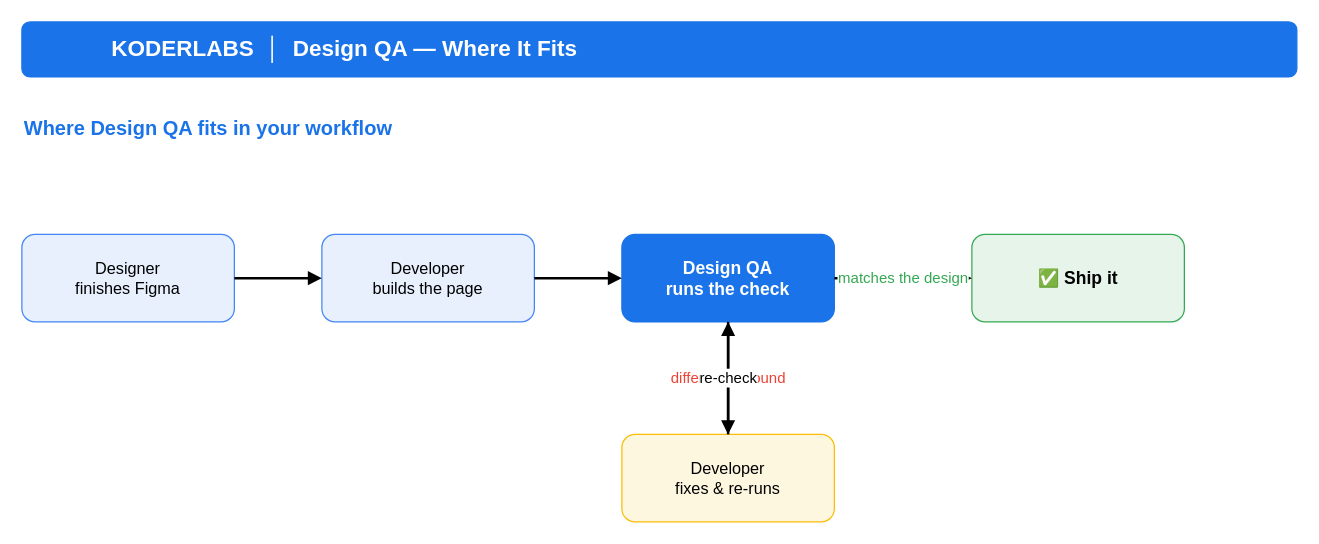
Earlier version of the draw.io diagram page "4 · Where It Fits" (4 of 4) of design-qa-flow.drawio (Mohi3380/figma-design-qa). Source tidied: cells renumbered, new cells numbered last; positions are measured from the earlier drawing's top-left corner, leaving out a move shared by most shapes. Both pictures are drawn from the tidied source at 125%, with x=0, y=0 at pixel (21, 21). Pictures stored in the file or linked from it are replaced by grey dashed boxes.
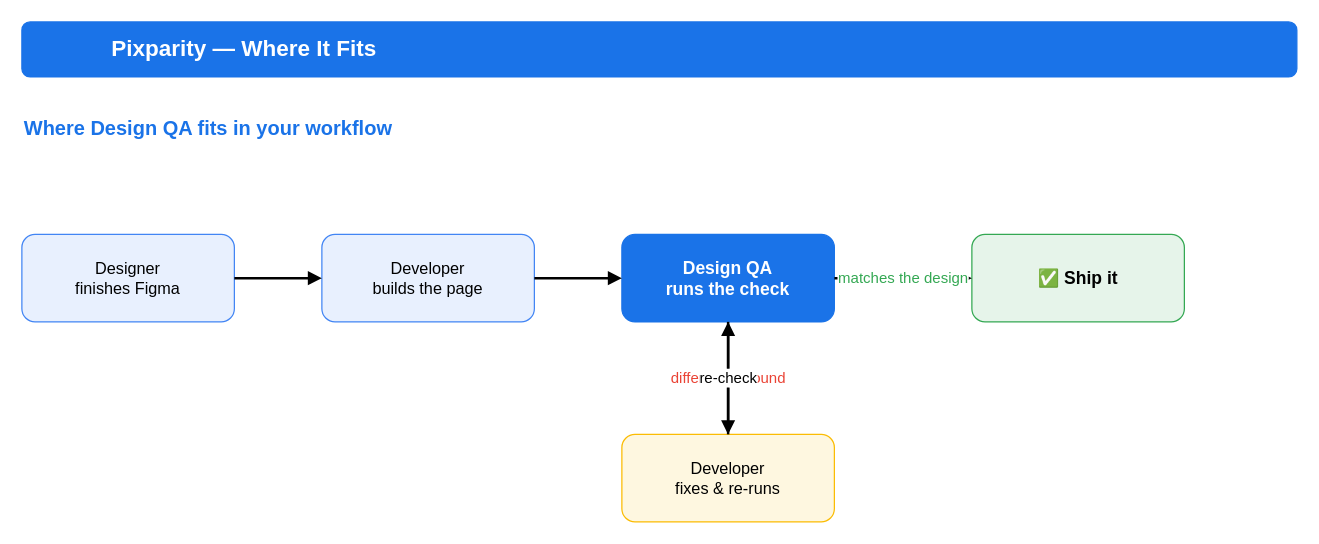
After the change.

The edit, as a diff of the source:
```diff
@@
 <mxGraphModel>
   <root>
     <mxCell id="0" />
     <mxCell id="1" parent="0" />
     <mxCell id="2" style="fillColor=#E6E6E6;strokeColor=#999999;dashed=1;" parent="1" vertex="1">
       <mxGeometry x="12" y="3" width="34" height="38" as="geometry" />
     </mxCell>
-    <mxCell id="3" value="KODERLABS  │  Design QA — Where It Fits" style="rounded=1;whiteSpace=wrap;html=1;fillColor=#1a73e8;strokeColor=#1a73e8;fontColor=#ffffff;fontSize=18;fontStyle=1;align=left;spacingLeft=70;" parent="1" vertex="1">
+    <mxCell id="3" value="Pixparity — Where It Fits" style="rounded=1;whiteSpace=wrap;html=1;fillColor=#1a73e8;strokeColor=#1a73e8;fontColor=#ffffff;fontSize=18;fontStyle=1;align=left;spacingLeft=70;" parent="1" vertex="1">
       <mxGeometry width="1020" height="44" as="geometry" />
     </mxCell>
     <mxCell id="4" value="Where Design QA fits in your workflow" style="text;html=1;align=left;verticalAlign=middle;fontSize=16;fontStyle=1;fontColor=#1a73e8;" parent="1" vertex="1">
       <mxGeometry y="70" width="700" height="30" as="geometry" />
     </mxCell>
     <mxCell id="5" value="Designer&#10;finishes Figma" style="rounded=1;whiteSpace=wrap;html=1;fillColor=#E8F0FE;strokeColor=#4285F4;fontSize=13;" parent="1" vertex="1">
       <mxGeometry y="170" width="170" height="70" as="geometry" />
     </mxCell>
     <mxCell id="6" value="Developer&#10;builds the page" style="rounded=1;whiteSpace=wrap;html=1;fillColor=#E8F0FE;strokeColor=#4285F4;fontSize=13;" parent="1" vertex="1">
       <mxGeometry x="240" y="170" width="170" height="70" as="geometry" />
     </mxCell>
     <mxCell id="7" value="Design QA&#10;runs the check" style="rounded=1;whiteSpace=wrap;html=1;fillColor=#1a73e8;strokeColor=#1a73e8;fontColor=#ffffff;fontSize=14;fontStyle=1;" parent="1" vertex="1">
       <mxGeometry x="480" y="170" width="170" height="70" as="geometry" />
     </mxCell>
     <mxCell id="8" value="Developer&#10;fixes &amp; re-runs" style="rounded=1;whiteSpace=wrap;html=1;fillColor=#FEF7E0;strokeColor=#FBBC04;fontSize=13;" parent="1" vertex="1">
       <mxGeometry x="480" y="330" width="170" height="70" as="geometry" />
     </mxCell>
     <mxCell id="9" value="✅ Ship it" style="rounded=1;whiteSpace=wrap;html=1;fillColor=#E6F4EA;strokeColor=#34A853;fontSize=14;fontStyle=1;" parent="1" vertex="1">
       <mxGeometry x="760" y="170" width="170" height="70" as="geometry" />
     </mxCell>
     <mxCell id="10" style="html=1;endArrow=block;strokeWidth=2;edgeStyle=orthogonalEdgeStyle;rounded=1;" parent="1" edge="1" source="5" target="6">
       <mxGeometry relative="1" as="geometry" />
     </mxCell>
     <mxCell id="11" style="html=1;endArrow=block;strokeWidth=2;edgeStyle=orthogonalEdgeStyle;rounded=1;" parent="1" edge="1" source="6" target="7">
       <mxGeometry relative="1" as="geometry" />
     </mxCell>
     <mxCell id="12" value="differences found" style="html=1;endArrow=block;strokeWidth=2;edgeStyle=orthogonalEdgeStyle;rounded=1;fontColor=#EA4335;fontSize=12;" parent="1" edge="1" source="7" target="8">
       <mxGeometry relative="1" as="geometry" />
     </mxCell>
     <mxCell id="13" value="re-check" style="html=1;endArrow=block;strokeWidth=2;edgeStyle=orthogonalEdgeStyle;rounded=1;fontSize=12;" parent="1" edge="1" source="8" target="7">
       <mxGeometry relative="1" as="geometry" />
     </mxCell>
     <mxCell id="14" value="matches the design" style="html=1;endArrow=block;strokeWidth=2;edgeStyle=orthogonalEdgeStyle;rounded=1;fontColor=#34A853;fontSize=12;" parent="1" edge="1" source="7" target="9">
       <mxGeometry relative="1" as="geometry" />
     </mxCell>
   </root>
 </mxGraphModel>
```
